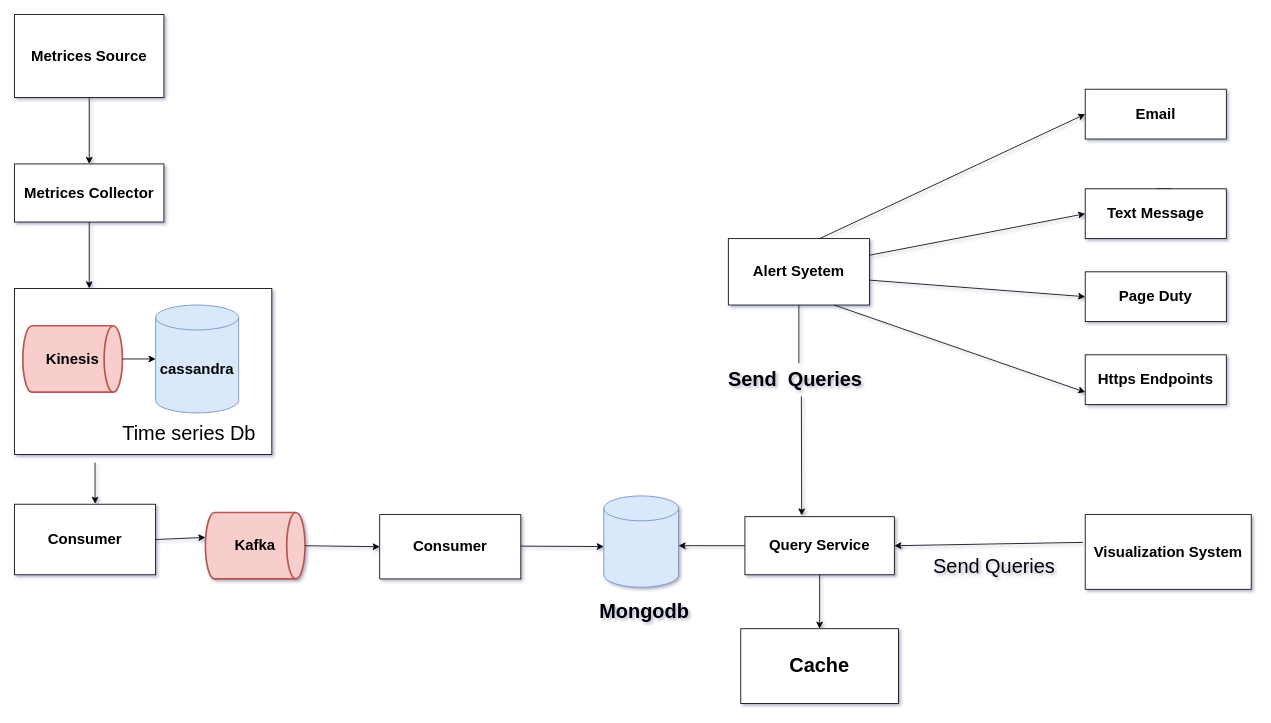
Tarunagg1/draw keeps this draw.io diagram as Untitled Diagram.drawio. Above is the earlier version. Source tidied: cells renumbered, new cells numbered last; positions are measured from the earlier drawing's top-left corner, leaving out a move shared by most shapes. Both pictures are drawn from the tidied source at 83%, with x=0, y=0 at pixel (14, 14).
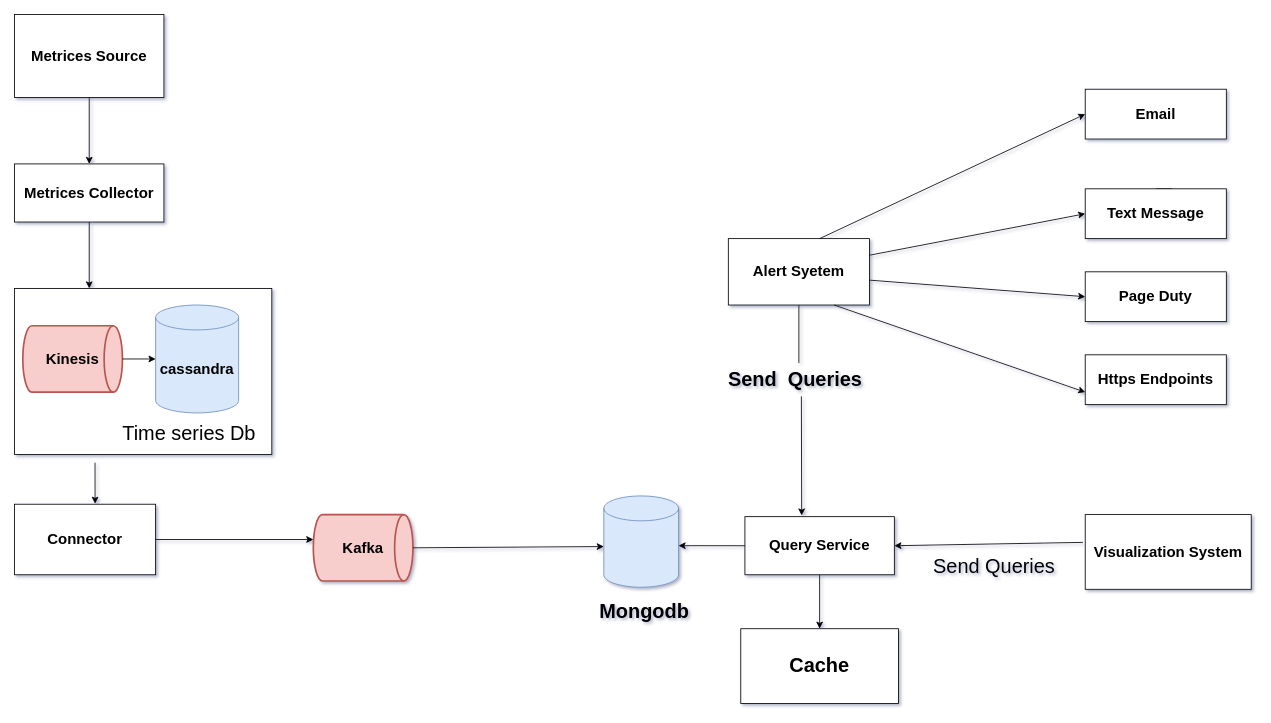
The same page after the edit.

Diff of the diagram source:
```diff
@@
     <mxCell id="4" value="&lt;span style=&quot;font-size: 18px&quot;&gt;&lt;b&gt;Kafka&lt;/b&gt;&lt;/span&gt;" style="strokeWidth=2;html=1;shape=mxgraph.flowchart.direct_data;whiteSpace=wrap;fillColor=#f8cecc;strokeColor=#b85450;" parent="1" vertex="1">
-      <mxGeometry x="230" y="600" width="120" height="80" as="geometry" />
+      <mxGeometry x="360" y="602.5" width="120" height="80" as="geometry" />
     </mxCell>
@@
-    <mxCell id="8" value="&lt;b&gt;&lt;font style=&quot;font-size: 18px&quot;&gt;Consumer&lt;/font&gt;&lt;/b&gt;" style="rounded=0;whiteSpace=wrap;html=1;" parent="1" vertex="1">
+    <mxCell id="8" value="&lt;b&gt;&lt;font style=&quot;font-size: 18px&quot;&gt;Connector&lt;/font&gt;&lt;/b&gt;" style="rounded=0;whiteSpace=wrap;html=1;" parent="1" vertex="1">
       <mxGeometry y="590" width="170" height="85" as="geometry" />
     </mxCell>
-    <mxCell id="9" value="&lt;b&gt;&lt;font style=&quot;font-size: 18px&quot;&gt;Consumer&lt;/font&gt;&lt;/b&gt;" style="rounded=0;whiteSpace=wrap;html=1;" parent="1" vertex="1">
-      <mxGeometry x="440" y="602.5" width="170" height="77.5" as="geometry" />
-    </mxCell>
@@
-    <mxCell id="27" style="endArrow=classic;html=1;rounded=1;fontSize=24;exitX=1;exitY=0.5;exitDx=0;exitDy=0;exitPerimeter=0;entryX=0;entryY=0.5;entryDx=0;entryDy=0;" parent="1" edge="1" source="4" target="9">
-      <mxGeometry relative="1" as="geometry" />
-    </mxCell>
-    <mxCell id="28" style="endArrow=classic;html=1;rounded=1;fontSize=24;exitX=1;exitY=0.5;exitDx=0;exitDy=0;exitPerimeter=0;" parent="1" edge="1">
+    <mxCell id="28" style="endArrow=classic;html=1;rounded=1;fontSize=24;exitX=1;exitY=0.5;exitDx=0;exitDy=0;exitPerimeter=0;" parent="1" edge="1" source="4">
       <mxGeometry relative="1" as="geometry">
-        <mxPoint x="610" y="640.5" as="sourcePoint" />
         <mxPoint x="710" y="641" as="targetPoint" />
       </mxGeometry>
     </mxCell>
```
